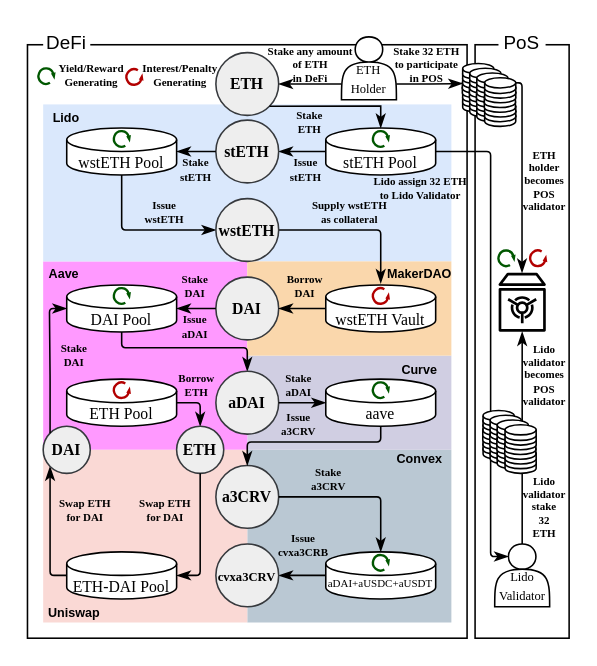
Before: diagrams/complexity.drawio in lyc0603/tvl-measurement, a draw.io diagram. Source tidied: cells renumbered, new cells numbered last; positions are measured from the earlier drawing's top-left corner, leaving out a move shared by most shapes. Both pictures are drawn from the tidied source at 157%, with x=0, y=0 at pixel (27, 27).
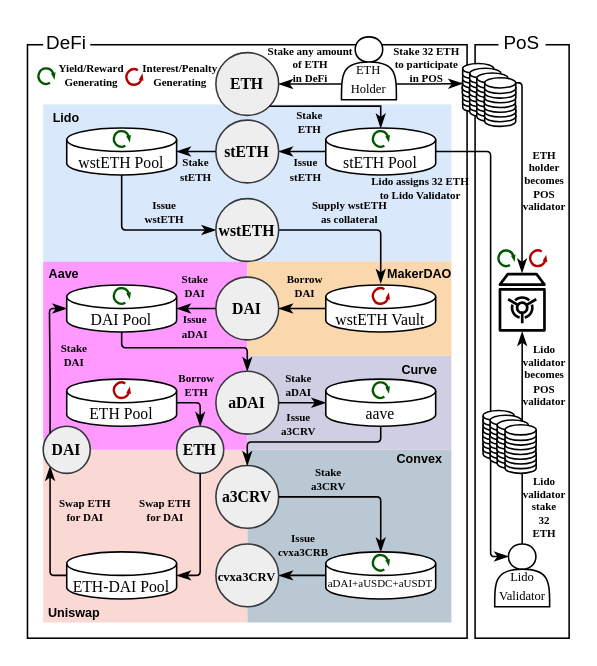
Above is the later version.

Commit message (it also covers changes not shown here):
fix a typo in complexity diagram

Diff of the diagram source:
```diff
@@
-    <mxCell id="150" value="Lido assign 32 ETH&lt;br&gt;to Lido Validator" style="text;html=1;strokeColor=none;fillColor=none;align=center;verticalAlign=middle;whiteSpace=wrap;rounded=0;fontFamily=Times New Roman;fontSize=7;fontStyle=1;" parent="1" vertex="1">
+    <mxCell id="150" value="Lido assigns 32 ETH&lt;br&gt;to Lido Validator" style="text;html=1;strokeColor=none;fillColor=none;align=center;verticalAlign=middle;whiteSpace=wrap;rounded=0;fontFamily=Times New Roman;fontSize=7;fontStyle=1;" parent="1" vertex="1">
       <mxGeometry x="216.5" y="94" width="67" height="17" as="geometry" />
     </mxCell>
```
